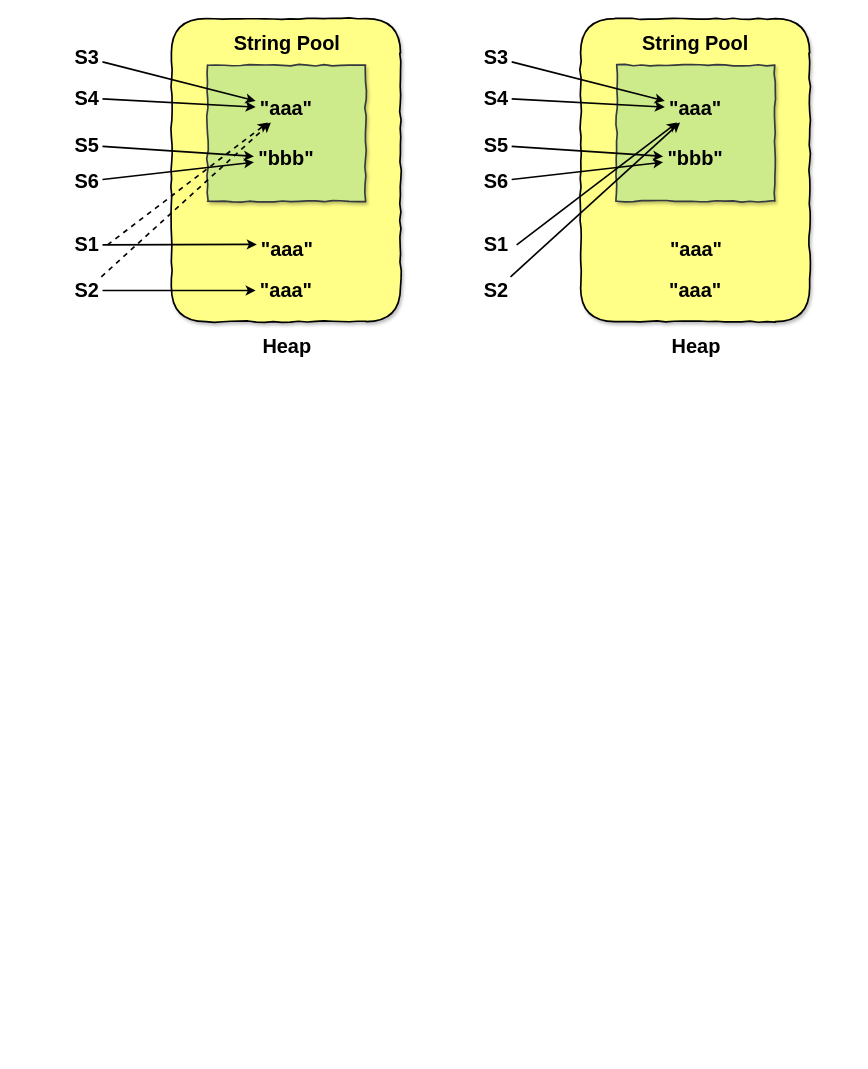
Earlier version of the draw.io diagram A JavaSE/1 Java基础/JavaSE.drawio (AmosLLc/NanoNotes). Source tidied: cells renumbered, new cells numbered last; positions are measured from the earlier drawing's top-left corner, leaving out a move shared by most shapes. Both pictures are drawn from the tidied source at 83%, with x=0, y=0 at pixel (70, 18).
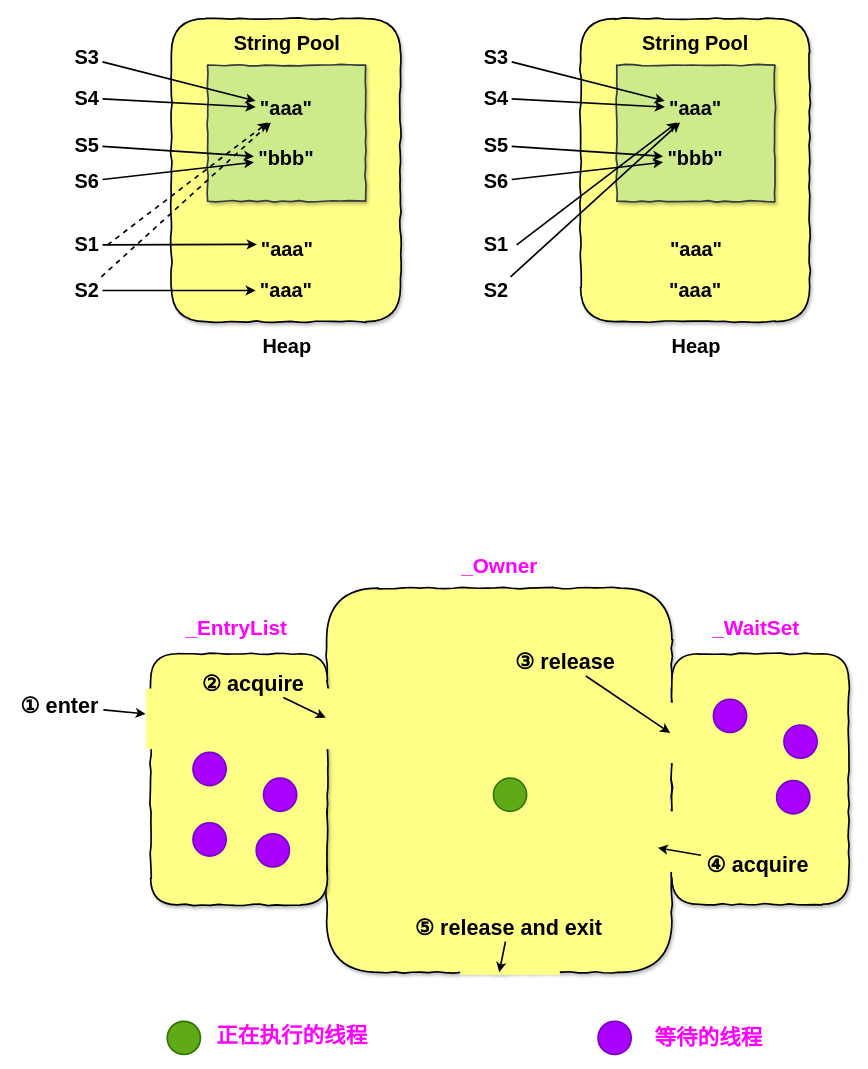
The same diagram, later.

The edit, as a diff of the source:
```diff
@@
+    <mxCell id="44" style="rounded=1;whiteSpace=wrap;html=1;strokeWidth=2;fillColor=#ffff88;strokeColor=#000000;shadow=1;comic=1;glass=0;" parent="1" vertex="1">
+      <mxGeometry x="309" y="686" width="416" height="463" as="geometry" />
+    </mxCell>
+    <mxCell id="45" style="rounded=1;whiteSpace=wrap;html=1;strokeWidth=2;fillColor=#ffff88;strokeColor=#000000;shadow=1;comic=1;glass=0;" parent="1" vertex="1">
+      <mxGeometry x="97" y="765.2" width="213" height="302.5" as="geometry" />
+    </mxCell>
+    <mxCell id="46" style="rounded=1;whiteSpace=wrap;html=1;strokeWidth=2;fillColor=#ffff88;strokeColor=#000000;shadow=1;comic=1;glass=0;" parent="1" vertex="1">
+      <mxGeometry x="725" y="765.2" width="213" height="301.8" as="geometry" />
+    </mxCell>
+    <mxCell id="47" style="rounded=0;whiteSpace=wrap;html=1;shadow=0;glass=0;comic=0;strokeWidth=2;fillColor=#ffff88;fontSize=24;align=center;strokeColor=none;" parent="1" vertex="1">
+      <mxGeometry x="252" y="807" width="120" height="73" as="geometry" />
+    </mxCell>
+    <mxCell id="48" style="rounded=0;whiteSpace=wrap;html=1;shadow=0;glass=0;comic=0;strokeWidth=2;fillColor=#ffff88;fontSize=24;align=center;strokeColor=none;" parent="1" vertex="1">
+      <mxGeometry x="662" y="824" width="120" height="73" as="geometry" />
+    </mxCell>
+    <mxCell id="49" style="rounded=0;whiteSpace=wrap;html=1;shadow=0;glass=0;comic=0;strokeWidth=2;fillColor=#ffff88;fontSize=24;align=center;strokeColor=none;" parent="1" vertex="1">
+      <mxGeometry x="670.2" y="955" width="120" height="73" as="geometry" />
+    </mxCell>
+    <mxCell id="50" style="rounded=0;whiteSpace=wrap;html=1;shadow=0;glass=0;comic=0;strokeWidth=2;fillColor=#ffff88;fontSize=24;align=center;strokeColor=none;" parent="1" vertex="1">
+      <mxGeometry x="91" y="807" width="120" height="73" as="geometry" />
+    </mxCell>
+    <mxCell id="51" style="ellipse;whiteSpace=wrap;html=1;rounded=1;shadow=0;glass=0;comic=0;strokeWidth=2;fillColor=#aa00ff;fontSize=24;align=center;strokeColor=#7700CC;fontColor=#ffffff;" parent="1" vertex="1">
+      <mxGeometry x="148" y="884" width="40" height="40" as="geometry" />
+    </mxCell>
+    <mxCell id="52" style="ellipse;whiteSpace=wrap;html=1;rounded=1;shadow=0;glass=0;comic=0;strokeWidth=2;fillColor=#aa00ff;fontSize=24;align=center;strokeColor=#7700CC;fontColor=#ffffff;" parent="1" vertex="1">
+      <mxGeometry x="148" y="969" width="40" height="40" as="geometry" />
+    </mxCell>
+    <mxCell id="53" style="ellipse;whiteSpace=wrap;html=1;rounded=1;shadow=0;glass=0;comic=0;strokeWidth=2;fillColor=#aa00ff;fontSize=24;align=center;strokeColor=#7700CC;fontColor=#ffffff;" parent="1" vertex="1">
+      <mxGeometry x="224.2" y="982" width="40" height="40" as="geometry" />
+    </mxCell>
+    <mxCell id="54" style="ellipse;whiteSpace=wrap;html=1;rounded=1;shadow=0;glass=0;comic=0;strokeWidth=2;fillColor=#aa00ff;fontSize=24;align=center;strokeColor=#7700CC;fontColor=#ffffff;" parent="1" vertex="1">
+      <mxGeometry x="233" y="915" width="40" height="40" as="geometry" />
+    </mxCell>
+    <mxCell id="55" style="ellipse;whiteSpace=wrap;html=1;rounded=1;shadow=0;glass=0;comic=0;strokeWidth=2;fillColor=#aa00ff;fontSize=24;align=center;strokeColor=#7700CC;fontColor=#ffffff;" parent="1" vertex="1">
+      <mxGeometry x="775" y="820" width="40" height="40" as="geometry" />
+    </mxCell>
+    <mxCell id="56" style="ellipse;whiteSpace=wrap;html=1;rounded=1;shadow=0;glass=0;comic=0;strokeWidth=2;fillColor=#aa00ff;fontSize=24;align=center;strokeColor=#7700CC;fontColor=#ffffff;" parent="1" vertex="1">
+      <mxGeometry x="851.2" y="918" width="40" height="40" as="geometry" />
+    </mxCell>
+    <mxCell id="57" style="ellipse;whiteSpace=wrap;html=1;rounded=1;shadow=0;glass=0;comic=0;strokeWidth=2;fillColor=#aa00ff;fontSize=24;align=center;strokeColor=#7700CC;fontColor=#ffffff;" parent="1" vertex="1">
+      <mxGeometry x="860" y="851" width="40" height="40" as="geometry" />
+    </mxCell>
+    <mxCell id="58" style="edgeStyle=none;rounded=0;jettySize=auto;html=1;strokeWidth=2;fontSize=26;fontColor=#FF00FF;" parent="1" edge="1" source="59" target="50">
+      <mxGeometry relative="1" as="geometry" />
+    </mxCell>
+    <mxCell id="59" value="① enter" style="text;html=1;align=center;verticalAlign=middle;points=[];fontSize=26;fontStyle=1;" parent="1" vertex="1">
+      <mxGeometry x="-67" y="810" width="107" height="35" as="geometry" />
+    </mxCell>
+    <mxCell id="60" style="edgeStyle=none;rounded=0;jettySize=auto;html=1;entryX=0.467;entryY=0.484;entryDx=0;entryDy=0;entryPerimeter=0;strokeWidth=2;fontSize=26;fontColor=#FF00FF;" parent="1" edge="1" source="61" target="47">
+      <mxGeometry relative="1" as="geometry" />
+    </mxCell>
+    <mxCell id="61" value="② acquire" style="text;html=1;align=center;verticalAlign=middle;points=[];fontSize=26;fontStyle=1;" parent="1" vertex="1">
+      <mxGeometry x="152" y="783" width="136" height="35" as="geometry" />
+    </mxCell>
+    <mxCell id="62" style="edgeStyle=none;rounded=0;jettySize=auto;html=1;entryX=0.508;entryY=0.502;entryDx=0;entryDy=0;entryPerimeter=0;strokeWidth=2;fontSize=26;fontColor=#FF00FF;" parent="1" edge="1" source="63" target="48">
+      <mxGeometry relative="1" as="geometry" />
+    </mxCell>
+    <mxCell id="63" value="③ release" style="text;html=1;align=center;verticalAlign=middle;points=[];fontSize=26;fontStyle=1;" parent="1" vertex="1">
+      <mxGeometry x="529" y="757" width="133" height="35" as="geometry" />
+    </mxCell>
+    <mxCell id="64" style="edgeStyle=none;rounded=0;jettySize=auto;html=1;entryX=0.315;entryY=0.603;entryDx=0;entryDy=0;entryPerimeter=0;strokeWidth=2;fontSize=26;fontColor=#FF00FF;" parent="1" edge="1" source="65" target="49">
+      <mxGeometry relative="1" as="geometry" />
+    </mxCell>
+    <mxCell id="65" value="④ acquire" style="text;html=1;align=center;verticalAlign=middle;points=[];fontSize=26;fontStyle=1;" parent="1" vertex="1">
+      <mxGeometry x="760" y="1002" width="136" height="35" as="geometry" />
+    </mxCell>
+    <mxCell id="66" style="rounded=0;whiteSpace=wrap;html=1;shadow=0;glass=0;comic=0;strokeWidth=2;fillColor=#ffff88;fontSize=24;align=center;strokeColor=none;" parent="1" vertex="1">
+      <mxGeometry x="470" y="1079" width="120" height="73" as="geometry" />
+    </mxCell>
+    <mxCell id="67" style="edgeStyle=none;rounded=0;jettySize=auto;html=1;entryX=0.5;entryY=1;entryDx=0;entryDy=0;strokeWidth=2;fontSize=26;fontColor=#FF00FF;" parent="1" edge="1" source="68" target="44">
+      <mxGeometry relative="1" as="geometry" />
+    </mxCell>
+    <mxCell id="68" value="⑤ release and exit" style="text;html=1;align=center;verticalAlign=middle;points=[];fontSize=26;fontStyle=1;" parent="1" vertex="1">
+      <mxGeometry x="409" y="1077" width="238" height="35" as="geometry" />
+    </mxCell>
+    <mxCell id="69" value="_EntryList" style="text;html=1;align=center;verticalAlign=middle;fontSize=25;fontStyle=1;fontColor=#FF00FF;" parent="1" vertex="1">
+      <mxGeometry x="134" y="716" width="132" height="34" as="geometry" />
+    </mxCell>
+    <mxCell id="70" value="_Owner" style="text;html=1;align=center;verticalAlign=middle;fontSize=25;fontStyle=1;fontColor=#FF00FF;" parent="1" vertex="1">
+      <mxGeometry x="466" y="641" width="102" height="34" as="geometry" />
+    </mxCell>
+    <mxCell id="71" value="_WaitSet" style="text;html=1;align=center;verticalAlign=middle;fontSize=25;fontStyle=1;fontColor=#FF00FF;" parent="1" vertex="1">
+      <mxGeometry x="768" y="716" width="115" height="34" as="geometry" />
+    </mxCell>
+    <mxCell id="72" style="edgeStyle=none;rounded=0;orthogonalLoop=1;jettySize=auto;html=1;exitX=0.75;exitY=1;exitDx=0;exitDy=0;strokeWidth=2;fontSize=26;fontColor=#FF00FF;" parent="1" edge="1" source="49" target="49">
+      <mxGeometry relative="1" as="geometry" />
+    </mxCell>
+    <mxCell id="73" style="ellipse;whiteSpace=wrap;html=1;rounded=1;shadow=0;glass=0;comic=0;strokeWidth=2;fillColor=#60a917;fontSize=24;align=center;strokeColor=#2D7600;fontColor=#ffffff;" parent="1" vertex="1">
+      <mxGeometry x="510" y="915" width="40" height="40" as="geometry" />
+    </mxCell>
+    <mxCell id="74" style="ellipse;whiteSpace=wrap;html=1;rounded=1;shadow=0;glass=0;comic=0;strokeWidth=2;fillColor=#60a917;fontSize=24;align=center;strokeColor=#2D7600;fontColor=#ffffff;" parent="1" vertex="1">
+      <mxGeometry x="117" y="1208" width="40" height="40" as="geometry" />
+    </mxCell>
+    <mxCell id="75" style="ellipse;whiteSpace=wrap;html=1;rounded=1;shadow=0;glass=0;comic=0;strokeWidth=2;fillColor=#aa00ff;fontSize=24;align=center;strokeColor=#7700CC;fontColor=#ffffff;" parent="1" vertex="1">
+      <mxGeometry x="636" y="1208" width="40" height="40" as="geometry" />
+    </mxCell>
+    <mxCell id="76" value="正在执行的线程" style="text;html=1;align=center;verticalAlign=middle;fontSize=26;fontColor=#FF00FF;fontStyle=1;" parent="1" vertex="1">
+      <mxGeometry x="171" y="1208" width="192" height="35" as="geometry" />
+    </mxCell>
+    <mxCell id="77" value="等待的线程" style="text;html=1;align=center;verticalAlign=middle;fontSize=26;fontColor=#FF00FF;fontStyle=1;" parent="1" vertex="1">
+      <mxGeometry x="699" y="1210.5" width="140" height="35" as="geometry" />
+    </mxCell>
```
